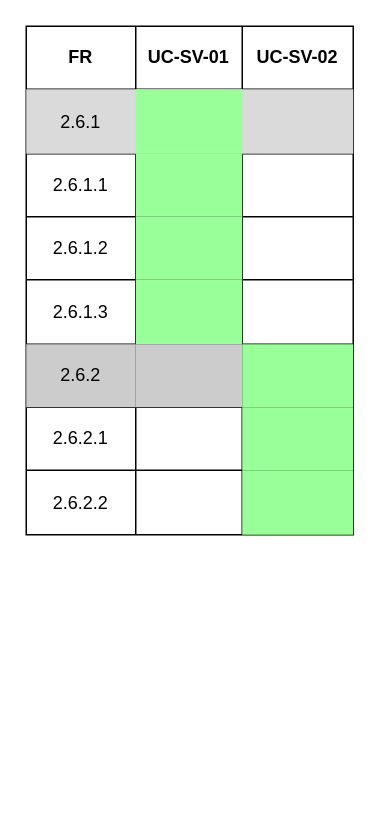
Before: page "FR2.6" (8 of 18) of docs/srs/Use_Cases/Traceability_Matrix/Traceability_Matrix.drawio in COS301-SE-2026/UMTAS, a draw.io diagram. Source tidied: cells renumbered, new cells numbered last; positions are measured from the earlier drawing's top-left corner, leaving out a move shared by most shapes. Both pictures are drawn from the tidied source at 150%, with x=0, y=0 at pixel (26, 26).
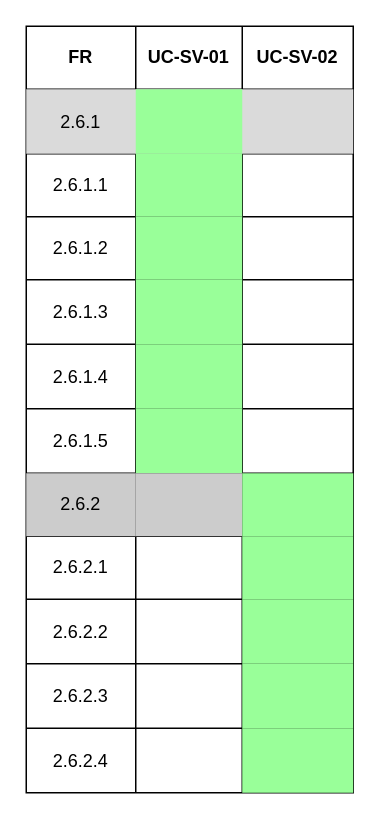
The same diagram, later.

Diff of the diagram source:
```diff
@@
     <mxCell id="2" style="shape=table;startSize=0;childLayout=tableLayout;strokeColor=default;" parent="1" vertex="1">
-      <mxGeometry width="218" height="339" as="geometry" />
+      <mxGeometry width="218" height="511" as="geometry" />
     </mxCell>
@@
+    <mxCell id="35" style="shape=tableRow;horizontal=0;startSize=0;swimlaneHead=0;swimlaneBody=0;strokeColor=inherit;top=0;left=0;bottom=0;right=0;fillColor=none;" parent="2" vertex="1">
+      <mxGeometry y="169" width="218" height="43" as="geometry" />
+    </mxCell>
+    <mxCell id="36" value="2.6.1.3" style="shape=partialRectangle;html=1;whiteSpace=wrap;strokeColor=inherit;overflow=hidden;fillColor=none;top=0;left=0;bottom=0;right=0;" parent="35" vertex="1">
+      <mxGeometry width="73" height="43" as="geometry" />
+    </mxCell>
+    <mxCell id="37" style="shape=partialRectangle;html=1;whiteSpace=wrap;strokeColor=inherit;overflow=hidden;fillColor=#99FF99;top=0;left=0;bottom=0;right=0;" parent="35" vertex="1">
+      <mxGeometry x="73" width="71" height="43" as="geometry" />
+    </mxCell>
+    <mxCell id="38" style="shape=partialRectangle;html=1;whiteSpace=wrap;strokeColor=inherit;overflow=hidden;fillColor=none;top=0;left=0;bottom=0;right=0;" parent="35" vertex="1">
+      <mxGeometry x="144" width="74" height="43" as="geometry" />
+    </mxCell>
+    <mxCell id="39" style="shape=tableRow;horizontal=0;startSize=0;swimlaneHead=0;swimlaneBody=0;strokeColor=inherit;top=0;left=0;bottom=0;right=0;fillColor=none;" parent="2" vertex="1">
+      <mxGeometry y="212" width="218" height="43" as="geometry" />
+    </mxCell>
+    <mxCell id="40" value="2.6.1.4" style="shape=partialRectangle;html=1;whiteSpace=wrap;strokeColor=inherit;overflow=hidden;fillColor=none;top=0;left=0;bottom=0;right=0;" parent="39" vertex="1">
+      <mxGeometry width="73" height="43" as="geometry" />
+    </mxCell>
+    <mxCell id="41" style="shape=partialRectangle;html=1;whiteSpace=wrap;strokeColor=inherit;overflow=hidden;fillColor=#99FF99;top=0;left=0;bottom=0;right=0;" parent="39" vertex="1">
+      <mxGeometry x="73" width="71" height="43" as="geometry" />
+    </mxCell>
+    <mxCell id="42" style="shape=partialRectangle;html=1;whiteSpace=wrap;strokeColor=inherit;overflow=hidden;fillColor=none;top=0;left=0;bottom=0;right=0;" parent="39" vertex="1">
+      <mxGeometry x="144" width="74" height="43" as="geometry" />
+    </mxCell>
     <mxCell id="19" style="shape=tableRow;horizontal=0;startSize=0;swimlaneHead=0;swimlaneBody=0;strokeColor=inherit;top=0;left=0;bottom=0;right=0;fillColor=none;" parent="2" vertex="1">
-      <mxGeometry y="169" width="218" height="43" as="geometry" />
+      <mxGeometry y="255" width="218" height="43" as="geometry" />
     </mxCell>
-    <mxCell id="20" value="2.6.1.3" style="shape=partialRectangle;html=1;whiteSpace=wrap;strokeColor=inherit;overflow=hidden;fillColor=none;top=0;left=0;bottom=0;right=0;" parent="19" vertex="1">
+    <mxCell id="20" value="2.6.1.5" style="shape=partialRectangle;html=1;whiteSpace=wrap;strokeColor=inherit;overflow=hidden;fillColor=none;top=0;left=0;bottom=0;right=0;" parent="19" vertex="1">
       <mxGeometry width="73" height="43" as="geometry" />
     </mxCell>
@@
     <mxCell id="23" style="shape=tableRow;horizontal=0;startSize=0;swimlaneHead=0;swimlaneBody=0;strokeColor=inherit;top=0;left=0;bottom=0;right=0;fillColor=none;" parent="2" vertex="1">
-      <mxGeometry y="212" width="218" height="42" as="geometry" />
+      <mxGeometry y="298" width="218" height="42" as="geometry" />
     </mxCell>
@@
     <mxCell id="27" style="shape=tableRow;horizontal=0;startSize=0;swimlaneHead=0;swimlaneBody=0;strokeColor=inherit;top=0;left=0;bottom=0;right=0;fillColor=none;" parent="2" vertex="1">
-      <mxGeometry y="254" width="218" height="42" as="geometry" />
+      <mxGeometry y="340" width="218" height="42" as="geometry" />
     </mxCell>
@@
     <mxCell id="31" style="shape=tableRow;horizontal=0;startSize=0;swimlaneHead=0;swimlaneBody=0;strokeColor=inherit;top=0;left=0;bottom=0;right=0;fillColor=none;" parent="2" vertex="1">
-      <mxGeometry y="296" width="218" height="43" as="geometry" />
+      <mxGeometry y="382" width="218" height="43" as="geometry" />
     </mxCell>
@@
+    <mxCell id="43" style="shape=tableRow;horizontal=0;startSize=0;swimlaneHead=0;swimlaneBody=0;strokeColor=inherit;top=0;left=0;bottom=0;right=0;fillColor=none;" parent="2" vertex="1">
+      <mxGeometry y="425" width="218" height="43" as="geometry" />
+    </mxCell>
+    <mxCell id="44" value="2.6.2.3" style="shape=partialRectangle;html=1;whiteSpace=wrap;strokeColor=inherit;overflow=hidden;fillColor=none;top=0;left=0;bottom=0;right=0;" parent="43" vertex="1">
+      <mxGeometry width="73" height="43" as="geometry" />
+    </mxCell>
+    <mxCell id="45" style="shape=partialRectangle;html=1;whiteSpace=wrap;strokeColor=inherit;overflow=hidden;fillColor=none;top=0;left=0;bottom=0;right=0;" parent="43" vertex="1">
+      <mxGeometry x="73" width="71" height="43" as="geometry" />
+    </mxCell>
+    <mxCell id="46" style="shape=partialRectangle;html=1;whiteSpace=wrap;strokeColor=inherit;overflow=hidden;fillColor=#99FF99;top=0;left=0;bottom=0;right=0;" parent="43" vertex="1">
+      <mxGeometry x="144" width="74" height="43" as="geometry" />
+    </mxCell>
+    <mxCell id="47" style="shape=tableRow;horizontal=0;startSize=0;swimlaneHead=0;swimlaneBody=0;strokeColor=inherit;top=0;left=0;bottom=0;right=0;fillColor=none;" parent="2" vertex="1">
+      <mxGeometry y="468" width="218" height="43" as="geometry" />
+    </mxCell>
+    <mxCell id="48" value="2.6.2.4" style="shape=partialRectangle;html=1;whiteSpace=wrap;strokeColor=inherit;overflow=hidden;fillColor=none;top=0;left=0;bottom=0;right=0;" parent="47" vertex="1">
+      <mxGeometry width="73" height="43" as="geometry" />
+    </mxCell>
+    <mxCell id="49" style="shape=partialRectangle;html=1;whiteSpace=wrap;strokeColor=inherit;overflow=hidden;fillColor=none;top=0;left=0;bottom=0;right=0;" parent="47" vertex="1">
+      <mxGeometry x="73" width="71" height="43" as="geometry" />
+    </mxCell>
+    <mxCell id="50" style="shape=partialRectangle;html=1;whiteSpace=wrap;strokeColor=inherit;overflow=hidden;fillColor=#99FF99;top=0;left=0;bottom=0;right=0;" parent="47" vertex="1">
+      <mxGeometry x="144" width="74" height="43" as="geometry" />
+    </mxCell>
```
